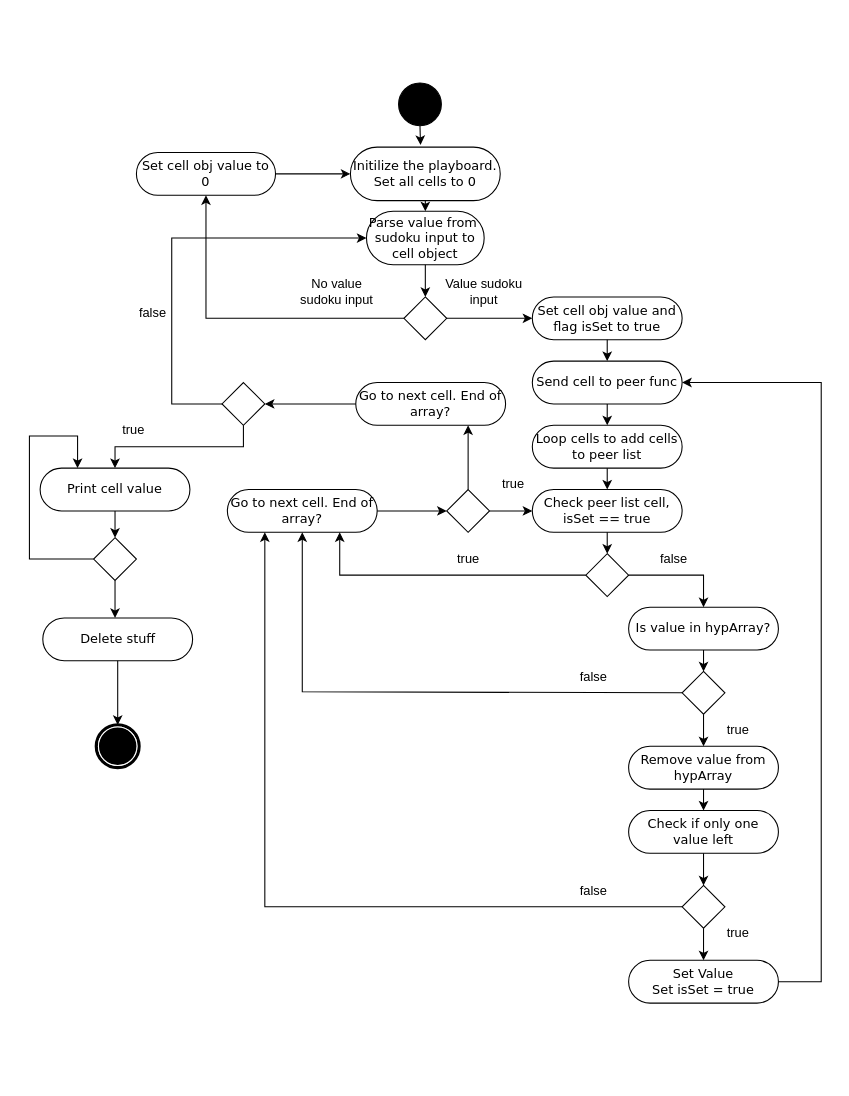
The draw.io diagram Sudoku_Act-Diagram.drawio in Jgran81/Assignments, before the edit. Source tidied: cells renumbered, new cells numbered last; positions are measured from the earlier drawing's top-left corner, leaving out a move shared by most shapes. Both pictures are drawn from the tidied source at 107%, with x=0, y=0 at pixel (18, 18).
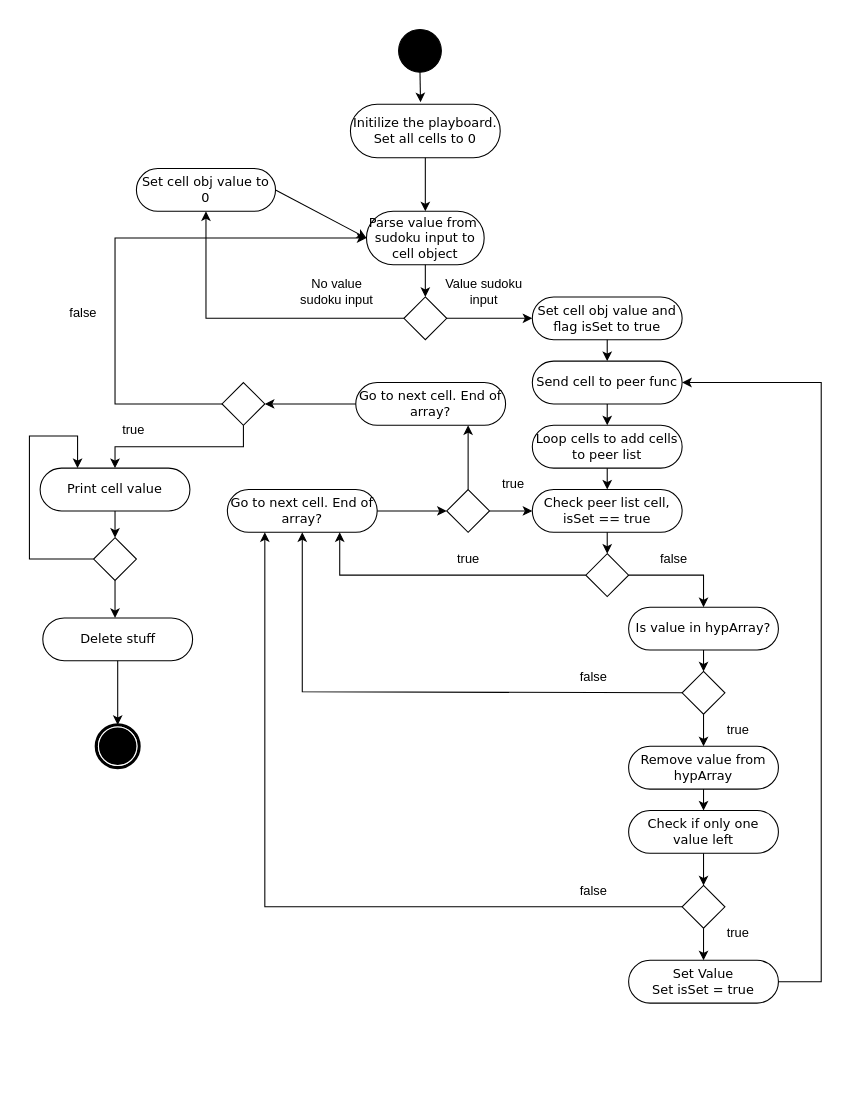
Above is the later version.

The change refers to these unchanged cells:
```xml
<mxCell id="2" style="swimlane;html=1;startSize=20;rounded=0;shadow=0;comic=0;labelBackgroundColor=none;strokeWidth=1;fontFamily=Verdana;fontSize=12;align=center;strokeColor=none;fillColor=none;" parent="1" vertex="1">
  <mxGeometry width="750" height="990" as="geometry" />
</mxCell>
<mxCell id="3" style="swimlane;html=1;startSize=20;strokeColor=none;fillColor=none;" parent="2" vertex="1">
  <mxGeometry y="20" width="250" height="970" as="geometry" />
</mxCell>
<mxCell id="6" style="rhombus;whiteSpace=wrap;html=1;" parent="3" vertex="1">
  <mxGeometry x="190" y="320" width="40" height="40" as="geometry" />
</mxCell>
<mxCell id="16" style="swimlane;html=1;startSize=20;strokeColor=none;fillColor=none;" parent="2" vertex="1">
  <mxGeometry x="250" y="20" width="250" height="970" as="geometry" />
</mxCell>
<mxCell id="20" value="Parse value from&amp;nbsp; sudoku input to cell object" style="rounded=1;whiteSpace=wrap;html=1;shadow=0;comic=0;labelBackgroundColor=none;strokeWidth=1;fontFamily=Verdana;fontSize=12;align=center;arcSize=50;" parent="16" vertex="1">
  <mxGeometry x="75" y="160" width="110" height="50" as="geometry" />
</mxCell>
```

What changed in the source:
```diff
@@
     <mxCell id="4" value="Set cell obj value to 0" style="rounded=1;whiteSpace=wrap;html=1;shadow=0;comic=0;labelBackgroundColor=none;strokeWidth=1;fontFamily=Verdana;fontSize=12;align=center;arcSize=50;" parent="3" vertex="1">
-      <mxGeometry x="110" y="105" width="130" height="40" as="geometry" />
+      <mxGeometry x="110" y="120" width="130" height="40" as="geometry" />
     </mxCell>
@@
     <mxCell id="10" value="false" style="text;html=1;strokeColor=none;fillColor=none;align=center;verticalAlign=middle;whiteSpace=wrap;rounded=0;" parent="3" vertex="1">
-      <mxGeometry x="87.5" y="240" width="75" height="30" as="geometry" />
+      <mxGeometry x="22.5" y="240" width="75" height="30" as="geometry" />
     </mxCell>
@@
     <mxCell id="18" style="ellipse;whiteSpace=wrap;html=1;rounded=0;shadow=0;comic=0;labelBackgroundColor=none;strokeWidth=1;fillColor=#000000;fontFamily=Verdana;fontSize=12;align=center;" parent="16" vertex="1">
-      <mxGeometry x="105" y="40" width="40" height="40" as="geometry" />
+      <mxGeometry x="105" y="-10" width="40" height="40" as="geometry" />
     </mxCell>
     <mxCell id="19" value="Initilize the playboard. Set all cells to 0" style="rounded=1;whiteSpace=wrap;html=1;shadow=0;comic=0;labelBackgroundColor=none;strokeWidth=1;fontFamily=Verdana;fontSize=12;align=center;arcSize=50;" parent="16" vertex="1">
-      <mxGeometry x="60" y="100" width="140" height="50" as="geometry" />
+      <mxGeometry x="60" y="60" width="140" height="50" as="geometry" />
     </mxCell>
@@
-    <mxCell id="35" style="endArrow=classic;html=1;rounded=0;exitX=1;exitY=0.5;exitDx=0;exitDy=0;entryX=0;entryY=0.5;entryDx=0;entryDy=0;" parent="2" edge="1" source="4" target="19">
+    <mxCell id="35" style="endArrow=classic;html=1;rounded=0;exitX=1;exitY=0.5;exitDx=0;exitDy=0;entryX=0;entryY=0.5;entryDx=0;entryDy=0;" parent="2" edge="1" source="4" target="20">
       <mxGeometry relative="1" as="geometry" />
     </mxCell>
@@
     <mxCell id="41" style="endArrow=classic;html=1;rounded=0;entryX=0;entryY=0.5;entryDx=0;entryDy=0;exitX=0;exitY=0.5;exitDx=0;exitDy=0;" parent="2" edge="1" source="6" target="20">
       <mxGeometry relative="1" as="geometry">
         <Array as="points">
-          <mxPoint x="143" y="360" />
-          <mxPoint x="143" y="205" />
+          <mxPoint x="90" y="360" />
+          <mxPoint x="90" y="205" />
         </Array>
       </mxGeometry>
     </mxCell>
```
